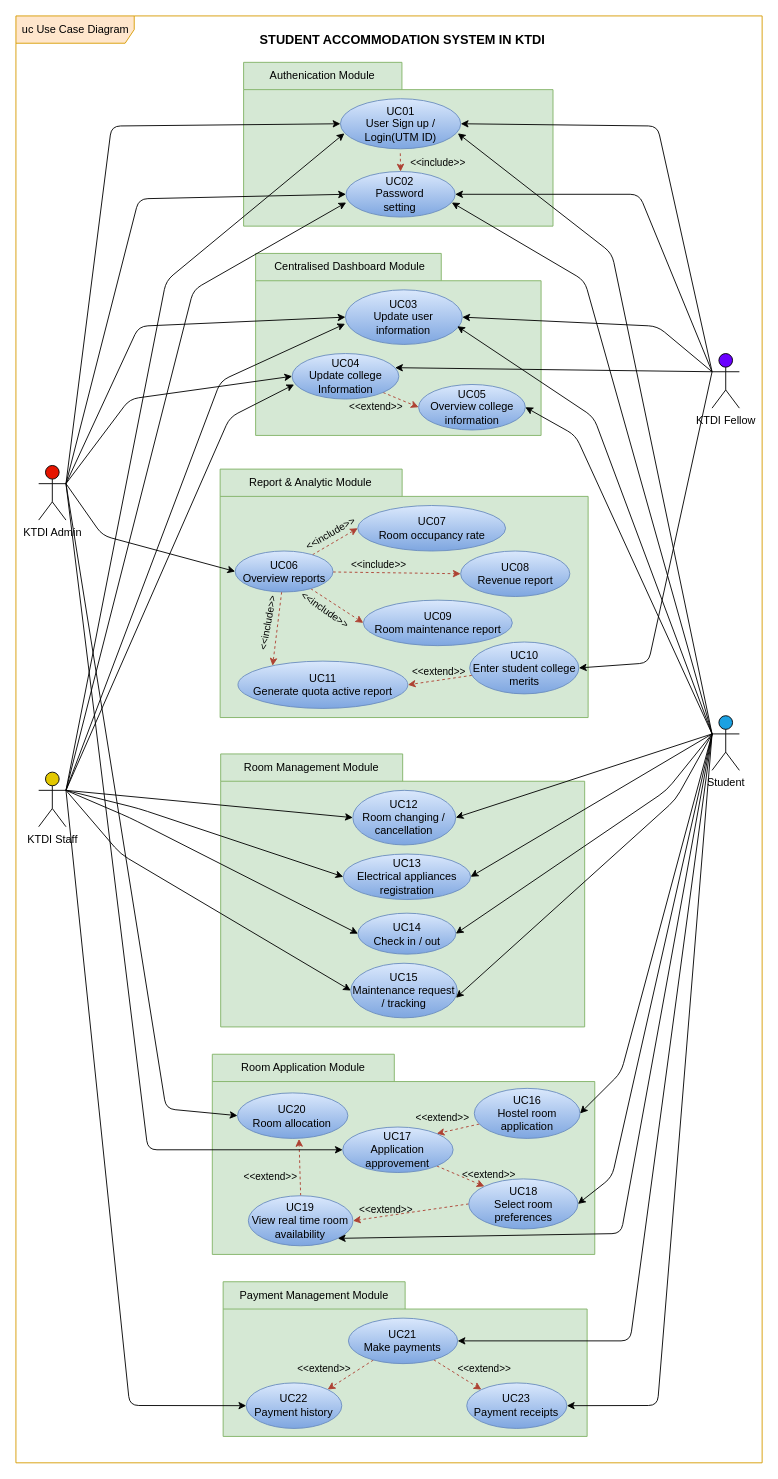
This is page "use_case" (1 of 3) of project/drawio/stakeholder/UML.drawio from drshahizan/software-engineering, a draw.io file, before an edit. Source tidied: cells renumbered, new cells numbered last; positions are measured from the earlier drawing's top-left corner, leaving out a move shared by most shapes. Both pictures are drawn from the tidied source at 91%, with x=0, y=0 at pixel (15, 15).
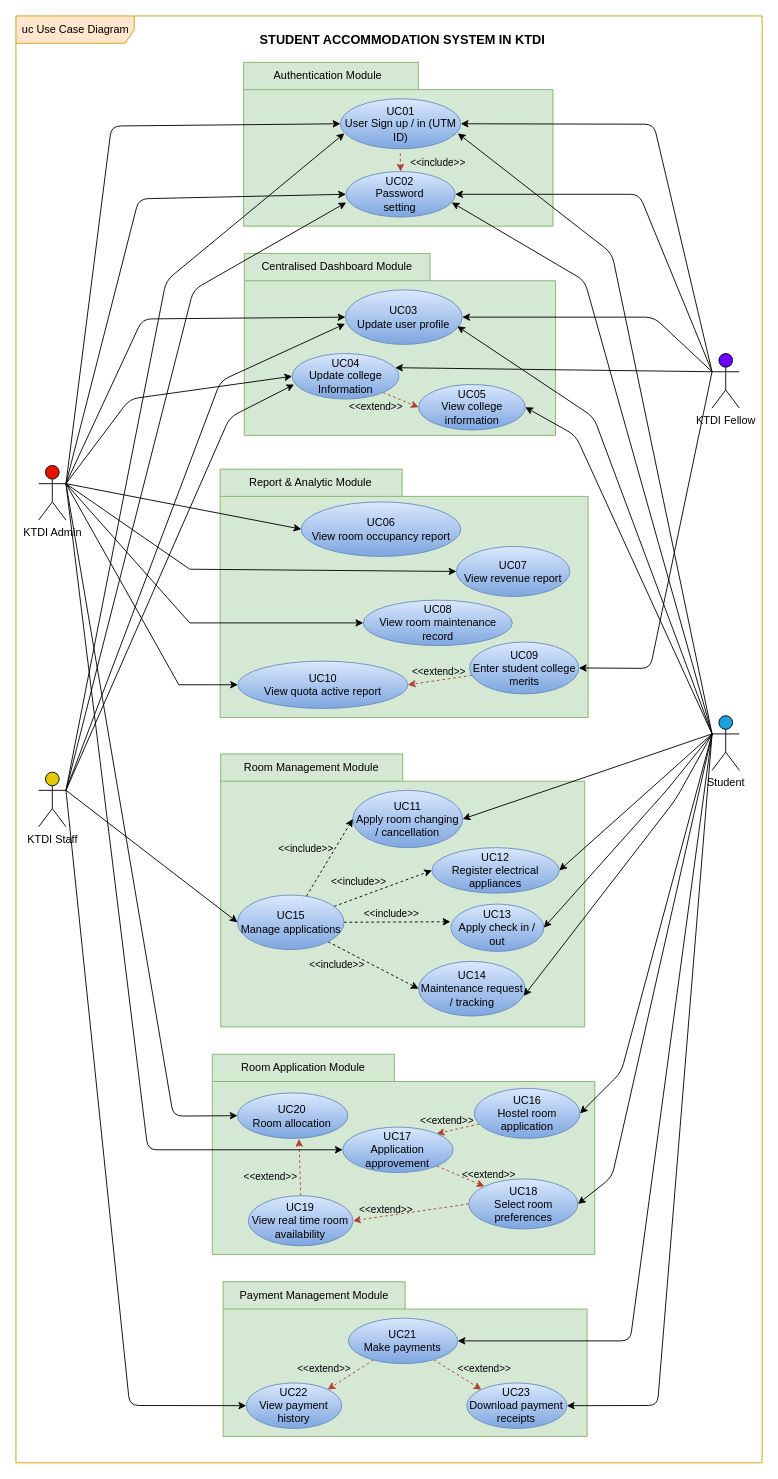
After the change.

Unchanged cells that the change refers to:
```xml
<mxCell id="5" value="KTDI Admin" style="shape=umlActor;verticalLabelPosition=bottom;verticalAlign=top;html=1;fillColor=#e51400;fontColor=#000000;strokeColor=#000000;" parent="1" vertex="1">
  <mxGeometry x="25" y="494" width="30" height="60" as="geometry" />
</mxCell>
<mxCell id="6" value="KTDI Staff" style="shape=umlActor;verticalLabelPosition=bottom;verticalAlign=top;html=1;fillColor=#e3c800;fontColor=#000000;strokeColor=#000000;" parent="1" vertex="1">
  <mxGeometry x="25" y="831" width="30" height="60" as="geometry" />
</mxCell>
<mxCell id="7" value="Student" style="shape=umlActor;verticalLabelPosition=bottom;verticalAlign=top;html=1;fillColor=#1ba1e2;fontColor=#000000;strokeColor=#000000;" parent="1" vertex="1">
  <mxGeometry x="765" y="769" width="30" height="60" as="geometry" />
</mxCell>
<mxCell id="49" value="KTDI Fellow" style="shape=umlActor;verticalLabelPosition=bottom;verticalAlign=top;html=1;outlineConnect=0;fillColor=#6a00ff;fontColor=#000000;strokeColor=#000000;" parent="1" vertex="1">
  <mxGeometry x="765" y="371" width="30" height="60" as="geometry" />
</mxCell>
<mxCell id="72" value="UC19&lt;br&gt;View real time room availability" style="ellipse;whiteSpace=wrap;html=1;fillColor=#dae8fc;strokeColor=#6c8ebf;gradientColor=#7ea6e0;" parent="1" vertex="1">
  <mxGeometry x="255.4" y="1296.5" width="115" height="55" as="geometry" />
</mxCell>
<mxCell id="73" value="UC20&lt;br&gt;Room allocation" style="ellipse;whiteSpace=wrap;html=1;fillColor=#dae8fc;strokeColor=#6c8ebf;gradientColor=#7ea6e0;" parent="1" vertex="1">
  <mxGeometry x="243.5" y="1183.5" width="121.3" height="50" as="geometry" />
</mxCell>
<mxCell id="100" value="UC17&lt;br&gt;Application approvement" style="ellipse;whiteSpace=wrap;html=1;fillColor=#dae8fc;strokeColor=#6c8ebf;gradientColor=#7ea6e0;" parent="1" vertex="1">
  <mxGeometry x="359.1" y="1221" width="121.3" height="50" as="geometry" />
</mxCell>
```

Change to the diagram source:
```diff
@@
-    <mxCell id="4" style="edgeStyle=none;html=1;entryX=0;entryY=0.5;entryDx=0;entryDy=0;exitX=1;exitY=0.3333333333333333;exitDx=0;exitDy=0;exitPerimeter=0;strokeColor=#000000;fontColor=#000000;" parent="1" edge="1" source="5" target="34">
-      <mxGeometry relative="1" as="geometry">
-        <Array as="points">
-          <mxPoint x="95" y="571" />
-        </Array>
-      </mxGeometry>
-    </mxCell>
+    <mxCell id="104" style="rounded=0;jettySize=auto;html=1;entryX=0;entryY=0.5;entryDx=0;entryDy=0;exitX=1;exitY=0.3333333333333333;exitDx=0;exitDy=0;exitPerimeter=0;" parent="1" edge="1" source="5" target="23">
+      <mxGeometry relative="1" as="geometry" />
+    </mxCell>
+    <mxCell id="105" style="rounded=0;jettySize=auto;html=1;entryX=0;entryY=0.5;entryDx=0;entryDy=0;exitX=1;exitY=0.3333333333333333;exitDx=0;exitDy=0;exitPerimeter=0;" parent="1" edge="1" source="5" target="29">
+      <mxGeometry relative="1" as="geometry">
+        <Array as="points">
+          <mxPoint x="191" y="608" />
+        </Array>
+      </mxGeometry>
+    </mxCell>
+    <mxCell id="106" style="rounded=0;jettySize=auto;html=1;entryX=0;entryY=0.5;entryDx=0;entryDy=0;exitX=1;exitY=0.3333333333333333;exitDx=0;exitDy=0;exitPerimeter=0;" parent="1" edge="1" source="5" target="27">
+      <mxGeometry relative="1" as="geometry">
+        <Array as="points">
+          <mxPoint x="191" y="667" />
+        </Array>
+      </mxGeometry>
+    </mxCell>
+    <mxCell id="107" style="rounded=0;jettySize=auto;html=1;entryX=0;entryY=0.5;entryDx=0;entryDy=0;exitX=1;exitY=0.3333333333333333;exitDx=0;exitDy=0;exitPerimeter=0;" parent="1" edge="1" source="5" target="42">
+      <mxGeometry relative="1" as="geometry">
+        <Array as="points">
+          <mxPoint x="179" y="735" />
+        </Array>
+      </mxGeometry>
+    </mxCell>
@@
-    <mxCell id="8" style="shape=folder;fontStyle=1;tabWidth=174;tabHeight=30;tabPosition=left;html=1;boundedLbl=1;fillColor=#d5e8d4;strokeColor=#82b366;" parent="1" vertex="1">
+    <mxCell id="8" style="shape=folder;fontStyle=1;tabWidth=192;tabHeight=30;tabPosition=left;html=1;boundedLbl=1;fillColor=#d5e8d4;strokeColor=#82b366;" parent="1" vertex="1">
       <mxGeometry x="250.2" y="51" width="340" height="180" as="geometry" />
     </mxCell>
-    <mxCell id="9" value="UC01&lt;br&gt;User Sign up / Login(UTM ID)" style="ellipse;whiteSpace=wrap;html=1;fillColor=#dae8fc;strokeColor=#6c8ebf;gradientColor=#7ea6e0;" parent="8" vertex="1">
+    <mxCell id="9" value="UC01&lt;br&gt;User Sign up / in (UTM ID)" style="ellipse;whiteSpace=wrap;html=1;fillColor=#dae8fc;strokeColor=#6c8ebf;gradientColor=#7ea6e0;" parent="8" vertex="1">
       <mxGeometry x="106.4" y="40" width="132.2" height="55" as="geometry" />
     </mxCell>
@@
-    <mxCell id="11" value="Authenication Module" style="text;html=1;strokeColor=none;fillColor=none;align=center;verticalAlign=middle;whiteSpace=wrap;rounded=0;fontColor=#000000;" parent="1" vertex="1">
-      <mxGeometry x="244" y="51" width="186" height="30" as="geometry" />
+    <mxCell id="11" value="Authentication Module" style="text;html=1;strokeColor=none;fillColor=none;align=center;verticalAlign=middle;whiteSpace=wrap;rounded=0;fontColor=#000000;" parent="8" vertex="1">
+      <mxGeometry width="186" height="30" as="geometry" />
     </mxCell>
@@
-    <mxCell id="23" value="UC07&lt;br&gt;Room occupancy rate" style="ellipse;whiteSpace=wrap;html=1;fillColor=#dae8fc;strokeColor=#6c8ebf;gradientColor=#7ea6e0;" parent="1" vertex="1">
-      <mxGeometry x="375.6" y="538" width="162.5" height="50" as="geometry" />
+    <mxCell id="23" value="UC06&lt;br&gt;View room occupancy report" style="ellipse;whiteSpace=wrap;html=1;fillColor=#dae8fc;strokeColor=#6c8ebf;gradientColor=#7ea6e0;" parent="1" vertex="1">
+      <mxGeometry x="313.6" y="534" width="175.1" height="60" as="geometry" />
     </mxCell>
-    <mxCell id="24" value="UC14&lt;br&gt;Check in / out" style="ellipse;whiteSpace=wrap;html=1;fillColor=#dae8fc;strokeColor=#6c8ebf;gradientColor=#7ea6e0;" parent="1" vertex="1">
-      <mxGeometry x="375.9" y="986" width="107.5" height="45" as="geometry" />
+    <mxCell id="24" value="UC13&lt;br&gt;Apply check in / out" style="ellipse;whiteSpace=wrap;html=1;fillColor=#dae8fc;strokeColor=#6c8ebf;gradientColor=#7ea6e0;" parent="1" vertex="1">
+      <mxGeometry x="478" y="976" width="102.1" height="52" as="geometry" />
     </mxCell>
-    <mxCell id="25" value="UC23&lt;br&gt;Payment receipts" style="ellipse;whiteSpace=wrap;html=1;fillColor=#dae8fc;strokeColor=#6c8ebf;gradientColor=#7ea6e0;" parent="1" vertex="1">
+    <mxCell id="25" value="UC23&lt;br&gt;Download payment receipts" style="ellipse;whiteSpace=wrap;html=1;fillColor=#dae8fc;strokeColor=#6c8ebf;gradientColor=#7ea6e0;" parent="1" vertex="1">
       <mxGeometry x="495.4" y="1502.2" width="110" height="50" as="geometry" />
     </mxCell>
-    <mxCell id="26" value="UC15&lt;br&gt;Maintenance request / tracking" style="ellipse;whiteSpace=wrap;html=1;fillColor=#dae8fc;strokeColor=#6c8ebf;gradientColor=#7ea6e0;" parent="1" vertex="1">
-      <mxGeometry x="368" y="1041" width="117" height="60" as="geometry" />
+    <mxCell id="26" value="UC14&lt;br&gt;Maintenance request / tracking" style="ellipse;whiteSpace=wrap;html=1;fillColor=#dae8fc;strokeColor=#6c8ebf;gradientColor=#7ea6e0;" parent="1" vertex="1">
+      <mxGeometry x="442.5" y="1039" width="117" height="60" as="geometry" />
     </mxCell>
-    <mxCell id="27" value="UC09&lt;br&gt;Room maintenance report" style="ellipse;whiteSpace=wrap;html=1;fillColor=#dae8fc;strokeColor=#6c8ebf;gradientColor=#7ea6e0;" parent="1" vertex="1">
+    <mxCell id="27" value="UC08&lt;br&gt;View room maintenance record" style="ellipse;whiteSpace=wrap;html=1;fillColor=#dae8fc;strokeColor=#6c8ebf;gradientColor=#7ea6e0;" parent="1" vertex="1">
       <mxGeometry x="381.7" y="642" width="163.8" height="50" as="geometry" />
     </mxCell>
-    <mxCell id="28" value="UC22&lt;br&gt;Payment history" style="ellipse;whiteSpace=wrap;html=1;fillColor=#dae8fc;strokeColor=#6c8ebf;gradientColor=#7ea6e0;" parent="1" vertex="1">
+    <mxCell id="28" value="UC22&lt;br&gt;View payment history" style="ellipse;whiteSpace=wrap;html=1;fillColor=#dae8fc;strokeColor=#6c8ebf;gradientColor=#7ea6e0;" parent="1" vertex="1">
       <mxGeometry x="253.1" y="1502.2" width="105" height="50" as="geometry" />
     </mxCell>
-    <mxCell id="29" value="UC08&lt;br&gt;Revenue report" style="ellipse;whiteSpace=wrap;html=1;fillColor=#dae8fc;strokeColor=#6c8ebf;gradientColor=#7ea6e0;" parent="1" vertex="1">
-      <mxGeometry x="488.7" y="588" width="120" height="50" as="geometry" />
+    <mxCell id="29" value="UC07&lt;br&gt;View revenue report" style="ellipse;whiteSpace=wrap;html=1;fillColor=#dae8fc;strokeColor=#6c8ebf;gradientColor=#7ea6e0;" parent="1" vertex="1">
+      <mxGeometry x="484" y="583" width="124.7" height="55" as="geometry" />
     </mxCell>
-    <mxCell id="30" style="edgeStyle=none;html=1;entryX=0;entryY=0.5;entryDx=0;entryDy=0;dashed=1;fontColor=#000000;fillColor=#fad9d5;strokeColor=#ae4132;" parent="1" edge="1" source="34" target="23">
-      <mxGeometry relative="1" as="geometry" />
-    </mxCell>
-    <mxCell id="31" style="edgeStyle=none;html=1;entryX=0;entryY=0.5;entryDx=0;entryDy=0;dashed=1;fontColor=#000000;fillColor=#fad9d5;strokeColor=#ae4132;" parent="1" edge="1" source="34" target="27">
-      <mxGeometry relative="1" as="geometry" />
-    </mxCell>
-    <mxCell id="32" style="edgeStyle=none;html=1;entryX=0;entryY=0.5;entryDx=0;entryDy=0;dashed=1;fontColor=#000000;fillColor=#fad9d5;strokeColor=#ae4132;" parent="1" edge="1" source="34" target="29">
-      <mxGeometry relative="1" as="geometry" />
-    </mxCell>
-    <mxCell id="33" style="edgeStyle=none;html=1;entryX=0.204;entryY=0.097;entryDx=0;entryDy=0;dashed=1;entryPerimeter=0;fontColor=#000000;fillColor=#fad9d5;strokeColor=#ae4132;" parent="1" edge="1" source="34" target="42">
-      <mxGeometry relative="1" as="geometry" />
-    </mxCell>
-    <mxCell id="34" value="UC06&lt;br&gt;Overview reports" style="ellipse;whiteSpace=wrap;html=1;fillColor=#dae8fc;strokeColor=#6c8ebf;gradientColor=#7ea6e0;" parent="1" vertex="1">
-      <mxGeometry x="240.9" y="588" width="107.5" height="45" as="geometry" />
-    </mxCell>
-    <mxCell id="35" value="&amp;lt;&amp;lt;include&amp;gt;&amp;gt;" style="text;html=1;strokeColor=none;fillColor=none;align=center;verticalAlign=middle;whiteSpace=wrap;rounded=0;fontSize=11;rotation=-30;fontColor=#000000;" parent="1" vertex="1">
-      <mxGeometry x="315.6" y="554" width="60" height="30" as="geometry" />
-    </mxCell>
-    <mxCell id="36" value="&amp;lt;&amp;lt;include&amp;gt;&amp;gt;" style="text;html=1;strokeColor=none;fillColor=none;align=center;verticalAlign=middle;whiteSpace=wrap;rounded=0;fontSize=11;rotation=0;fontColor=#000000;" parent="1" vertex="1">
-      <mxGeometry x="369.4" y="588" width="60" height="30" as="geometry" />
-    </mxCell>
-    <mxCell id="37" value="&amp;lt;&amp;lt;include&amp;gt;&amp;gt;" style="text;html=1;strokeColor=none;fillColor=none;align=center;verticalAlign=middle;whiteSpace=wrap;rounded=0;fontSize=11;rotation=35;fontColor=#000000;" parent="1" vertex="1">
-      <mxGeometry x="310.4" y="638" width="60" height="30" as="geometry" />
-    </mxCell>
-    <mxCell id="38" value="UC12&lt;br&gt;Room changing / cancellation" style="ellipse;whiteSpace=wrap;html=1;fillColor=#dae8fc;strokeColor=#6c8ebf;gradientColor=#7ea6e0;" parent="1" vertex="1">
-      <mxGeometry x="370.2" y="851" width="113.1" height="60" as="geometry" />
+    <mxCell id="38" value="UC11&lt;br&gt;Apply room changing / cancellation" style="ellipse;whiteSpace=wrap;html=1;fillColor=#dae8fc;strokeColor=#6c8ebf;gradientColor=#7ea6e0;" parent="1" vertex="1">
+      <mxGeometry x="370.2" y="851" width="120.8" height="63" as="geometry" />
     </mxCell>
-    <mxCell id="39" value="UC13&lt;br&gt;Electrical appliances registration" style="ellipse;whiteSpace=wrap;html=1;fillColor=#dae8fc;strokeColor=#6c8ebf;gradientColor=#7ea6e0;" parent="1" vertex="1">
-      <mxGeometry x="359.7" y="921" width="140" height="50" as="geometry" />
+    <mxCell id="39" value="UC12&lt;br&gt;Register electrical appliances" style="ellipse;whiteSpace=wrap;html=1;fillColor=#dae8fc;strokeColor=#6c8ebf;gradientColor=#7ea6e0;" parent="1" vertex="1">
+      <mxGeometry x="457.1" y="914" width="140" height="50" as="geometry" />
     </mxCell>
@@
-    <mxCell id="42" value="UC11&lt;br&gt;Generate quota active report" style="ellipse;whiteSpace=wrap;html=1;fillColor=#dae8fc;strokeColor=#6c8ebf;gradientColor=#7ea6e0;" parent="1" vertex="1">
+    <mxCell id="42" value="UC10&lt;br&gt;View quota active report" style="ellipse;whiteSpace=wrap;html=1;fillColor=#dae8fc;strokeColor=#6c8ebf;gradientColor=#7ea6e0;" parent="1" vertex="1">
       <mxGeometry x="244" y="709" width="186.7" height="52" as="geometry" />
     </mxCell>
@@
-    <mxCell id="44" value="UC10&lt;br&gt;Enter student college merits" style="ellipse;whiteSpace=wrap;html=1;fillColor=#dae8fc;strokeColor=#6c8ebf;gradientColor=#7ea6e0;" parent="1" vertex="1">
+    <mxCell id="44" value="UC09&lt;br&gt;Enter student college merits" style="ellipse;whiteSpace=wrap;html=1;fillColor=#dae8fc;strokeColor=#6c8ebf;gradientColor=#7ea6e0;" parent="1" vertex="1">
       <mxGeometry x="498.6" y="688" width="120" height="57" as="geometry" />
     </mxCell>
-    <mxCell id="45" value="&amp;lt;&amp;lt;include&amp;gt;&amp;gt;" style="text;html=1;strokeColor=none;fillColor=none;align=center;verticalAlign=middle;whiteSpace=wrap;rounded=0;fontSize=11;rotation=-80;fontColor=#000000;" parent="1" vertex="1">
-      <mxGeometry x="247" y="652" width="60" height="30" as="geometry" />
-    </mxCell>
     <mxCell id="46" style="edgeStyle=none;html=1;entryX=1;entryY=0.5;entryDx=0;entryDy=0;exitX=0;exitY=0.3333333333333333;exitDx=0;exitDy=0;exitPerimeter=0;fontColor=#000000;strokeColor=#000000;" parent="1" edge="1" source="49" target="9">
       <mxGeometry relative="1" as="geometry">
         <Array as="points">
-          <mxPoint x="705" y="121" />
+          <mxPoint x="701" y="119" />
         </Array>
       </mxGeometry>
     </mxCell>
@@
     <mxCell id="48" style="edgeStyle=none;html=1;entryX=1;entryY=0.5;entryDx=0;entryDy=0;exitX=0;exitY=0.3333333333333333;exitDx=0;exitDy=0;exitPerimeter=0;fontColor=#000000;strokeColor=#000000;" parent="1" edge="1" source="49" target="44">
       <mxGeometry relative="1" as="geometry">
         <Array as="points">
-          <mxPoint x="695" y="711" />
+          <mxPoint x="697" y="717" />
         </Array>
       </mxGeometry>
     </mxCell>
@@
     <mxCell id="53" style="shape=folder;fontStyle=1;tabWidth=204;tabHeight=30;tabPosition=left;html=1;boundedLbl=1;fillColor=#d5e8d4;strokeColor=#82b366;" parent="1" vertex="1">
-      <mxGeometry x="263.4" y="261" width="313.7" height="200" as="geometry" />
+      <mxGeometry x="251" y="261" width="342" height="200" as="geometry" />
     </mxCell>
     <mxCell id="54" value="Centralised Dashboard Module" style="text;html=1;strokeColor=none;fillColor=none;align=center;verticalAlign=middle;whiteSpace=wrap;rounded=0;fontColor=#000000;" parent="1" vertex="1">
-      <mxGeometry x="263.4" y="261" width="207.7" height="30" as="geometry" />
+      <mxGeometry x="249.4" y="261" width="207.7" height="30" as="geometry" />
     </mxCell>
-    <mxCell id="55" value="UC03&lt;br&gt;Update user information" style="ellipse;whiteSpace=wrap;html=1;fillColor=#dae8fc;strokeColor=#6c8ebf;gradientColor=#7ea6e0;" parent="1" vertex="1">
+    <mxCell id="55" value="UC03&lt;br&gt;Update user profile" style="ellipse;whiteSpace=wrap;html=1;fillColor=#dae8fc;strokeColor=#6c8ebf;gradientColor=#7ea6e0;" parent="1" vertex="1">
       <mxGeometry x="362.1" y="301" width="128.4" height="60" as="geometry" />
     </mxCell>
@@
     <mxCell id="61" style="edgeStyle=none;html=1;entryX=0;entryY=0.5;entryDx=0;entryDy=0;exitX=1;exitY=0.3333333333333333;exitDx=0;exitDy=0;exitPerimeter=0;strokeColor=#000000;fontColor=#000000;" parent="1" edge="1" source="5" target="55">
       <mxGeometry relative="1" as="geometry">
         <Array as="points">
-          <mxPoint x="135" y="341" />
+          <mxPoint x="139" y="333" />
         </Array>
       </mxGeometry>
     </mxCell>
     <mxCell id="62" style="edgeStyle=none;html=1;entryX=1;entryY=0.5;entryDx=0;entryDy=0;exitX=0;exitY=0.3333333333333333;exitDx=0;exitDy=0;exitPerimeter=0;fontColor=#000000;strokeColor=#000000;" parent="1" edge="1" source="49" target="55">
       <mxGeometry relative="1" as="geometry">
         <Array as="points">
-          <mxPoint x="705" y="341" />
+          <mxPoint x="701" y="331" />
         </Array>
       </mxGeometry>
     </mxCell>
@@
-    <mxCell id="79" style="edgeStyle=none;html=1;entryX=0;entryY=0.5;entryDx=0;entryDy=0;exitX=1;exitY=0.3333333333333333;exitDx=0;exitDy=0;exitPerimeter=0;fontColor=#000000;strokeColor=#000000;" parent="1" edge="1" source="6" target="38">
-      <mxGeometry relative="1" as="geometry" />
-    </mxCell>
-    <mxCell id="80" style="edgeStyle=none;html=1;entryX=0;entryY=0.5;entryDx=0;entryDy=0;exitX=1;exitY=0.3333333333333333;exitDx=0;exitDy=0;exitPerimeter=0;fontColor=#000000;strokeColor=#000000;" parent="1" edge="1" source="6" target="39">
-      <mxGeometry relative="1" as="geometry">
-        <Array as="points">
-          <mxPoint x="135" y="871" />
-        </Array>
-      </mxGeometry>
-    </mxCell>
-    <mxCell id="81" style="edgeStyle=none;html=1;entryX=0;entryY=0.5;entryDx=0;entryDy=0;exitX=1;exitY=0.3333333333333333;exitDx=0;exitDy=0;exitPerimeter=0;fontColor=#000000;strokeColor=#000000;" parent="1" edge="1" source="6" target="24">
-      <mxGeometry relative="1" as="geometry">
-        <Array as="points">
-          <mxPoint x="125" y="881" />
-        </Array>
-      </mxGeometry>
-    </mxCell>
-    <mxCell id="82" style="edgeStyle=none;html=1;entryX=0;entryY=0.5;entryDx=0;entryDy=0;exitX=1;exitY=0.3333333333333333;exitDx=0;exitDy=0;exitPerimeter=0;fontColor=#000000;strokeColor=#000000;" parent="1" edge="1" source="6" target="26">
-      <mxGeometry relative="1" as="geometry">
-        <Array as="points">
-          <mxPoint x="115" y="921" />
-        </Array>
-      </mxGeometry>
-    </mxCell>
@@
     <mxCell id="85" style="edgeStyle=none;html=1;entryX=0;entryY=0.5;entryDx=0;entryDy=0;exitX=1;exitY=0.3333333333333333;exitDx=0;exitDy=0;exitPerimeter=0;strokeColor=#000000;fontColor=#000000;" parent="1" edge="1" source="5" target="73">
       <mxGeometry relative="1" as="geometry">
         <Array as="points">
-          <mxPoint x="165" y="1201" />
+          <mxPoint x="173" y="1209" />
         </Array>
       </mxGeometry>
     </mxCell>
@@
-    <mxCell id="88" style="edgeStyle=none;html=1;exitX=0;exitY=0.3333333333333333;exitDx=0;exitDy=0;exitPerimeter=0;entryX=1;entryY=1;entryDx=0;entryDy=0;fontColor=#000000;strokeColor=#000000;" parent="1" edge="1" source="7" target="72">
-      <mxGeometry relative="1" as="geometry">
-        <Array as="points">
-          <mxPoint x="665" y="1338" />
-        </Array>
-      </mxGeometry>
-    </mxCell>
@@
     <mxCell id="94" value="&amp;lt;&amp;lt;extend&amp;gt;&amp;gt;" style="text;html=1;strokeColor=none;fillColor=none;align=center;verticalAlign=middle;whiteSpace=wrap;rounded=0;fontSize=11;rotation=0;fontColor=#000000;" parent="1" vertex="1">
-      <mxGeometry x="438.6" y="1195.5" width="60" height="30" as="geometry" />
+      <mxGeometry x="443.7" y="1199" width="60" height="30" as="geometry" />
     </mxCell>
@@
-    <mxCell id="96" value="UC05&lt;br&gt;Overview college information" style="ellipse;whiteSpace=wrap;html=1;fillColor=#dae8fc;strokeColor=#6c8ebf;gradientColor=#7ea6e0;" parent="1" vertex="1">
+    <mxCell id="96" value="UC05&lt;br&gt;View college information" style="ellipse;whiteSpace=wrap;html=1;fillColor=#dae8fc;strokeColor=#6c8ebf;gradientColor=#7ea6e0;" parent="1" vertex="1">
       <mxGeometry x="442.5" y="405" width="117.3" height="50" as="geometry" />
     </mxCell>
@@
-    <mxCell id="101" style="edgeStyle=none;html=1;entryX=0;entryY=0.5;entryDx=0;entryDy=0;exitX=1;exitY=0.3333333333333333;exitDx=0;exitDy=0;exitPerimeter=0;strokeColor=#000000;fontColor=#000000;" parent="1" edge="1" source="5" target="100">
+    <mxCell id="101" style="edgeStyle=none;html=1;entryX=0;entryY=0.5;entryDx=0;entryDy=0;strokeColor=#000000;fontColor=#000000;" parent="1" edge="1" target="100">
       <mxGeometry relative="1" as="geometry">
+        <mxPoint x="55" y="514" as="sourcePoint" />
         <Array as="points">
           <mxPoint x="145" y="1246" />
         </Array>
       </mxGeometry>
     </mxCell>
@@
+    <mxCell id="108" style="rounded=0;jettySize=auto;html=1;entryX=0;entryY=0.5;entryDx=0;entryDy=0;dashed=1;" parent="1" edge="1" source="112" target="38">
+      <mxGeometry relative="1" as="geometry" />
+    </mxCell>
+    <mxCell id="109" style="rounded=0;jettySize=auto;html=1;entryX=0;entryY=0.5;entryDx=0;entryDy=0;dashed=1;" parent="1" edge="1" source="112" target="39">
+      <mxGeometry relative="1" as="geometry" />
+    </mxCell>
+    <mxCell id="110" style="rounded=0;jettySize=auto;html=1;entryX=-0.005;entryY=0.373;entryDx=0;entryDy=0;entryPerimeter=0;dashed=1;" parent="1" edge="1" source="112" target="24">
+      <mxGeometry relative="1" as="geometry" />
+    </mxCell>
+    <mxCell id="111" style="rounded=0;jettySize=auto;html=1;entryX=0;entryY=0.5;entryDx=0;entryDy=0;dashed=1;" parent="1" edge="1" source="112" target="26">
+      <mxGeometry relative="1" as="geometry" />
+    </mxCell>
+    <mxCell id="112" value="UC15&lt;br&gt;Manage applications" style="ellipse;whiteSpace=wrap;html=1;fillColor=#dae8fc;strokeColor=#6c8ebf;gradientColor=#7ea6e0;" parent="1" vertex="1">
+      <mxGeometry x="243.5" y="966" width="117" height="60" as="geometry" />
+    </mxCell>
+    <mxCell id="113" style="rounded=0;jettySize=auto;html=1;entryX=0;entryY=0.5;entryDx=0;entryDy=0;exitX=1;exitY=0.3333333333333333;exitDx=0;exitDy=0;exitPerimeter=0;" parent="1" edge="1" source="6" target="112">
+      <mxGeometry relative="1" as="geometry" />
+    </mxCell>
+    <mxCell id="114" value="&amp;lt;&amp;lt;include&amp;gt;&amp;gt;" style="text;html=1;strokeColor=none;fillColor=none;align=center;verticalAlign=middle;whiteSpace=wrap;rounded=0;fontSize=11;rotation=0;fontColor=#000000;" parent="1" vertex="1">
+      <mxGeometry x="289" y="900" width="60" height="30" as="geometry" />
+    </mxCell>
+    <mxCell id="115" value="&amp;lt;&amp;lt;include&amp;gt;&amp;gt;" style="text;html=1;strokeColor=none;fillColor=none;align=center;verticalAlign=middle;whiteSpace=wrap;rounded=0;fontSize=11;rotation=0;fontColor=#000000;" parent="1" vertex="1">
+      <mxGeometry x="347" y="936" width="60" height="30" as="geometry" />
+    </mxCell>
+    <mxCell id="116" value="&amp;lt;&amp;lt;include&amp;gt;&amp;gt;" style="text;html=1;strokeColor=none;fillColor=none;align=center;verticalAlign=middle;whiteSpace=wrap;rounded=0;fontSize=11;rotation=0;fontColor=#000000;" parent="1" vertex="1">
+      <mxGeometry x="382.5" y="972" width="60" height="30" as="geometry" />
+    </mxCell>
+    <mxCell id="117" value="&amp;lt;&amp;lt;include&amp;gt;&amp;gt;" style="text;html=1;strokeColor=none;fillColor=none;align=center;verticalAlign=middle;whiteSpace=wrap;rounded=0;fontSize=11;rotation=0;fontColor=#000000;" parent="1" vertex="1">
+      <mxGeometry x="323.3" y="1028" width="60" height="30" as="geometry" />
+    </mxCell>
```
